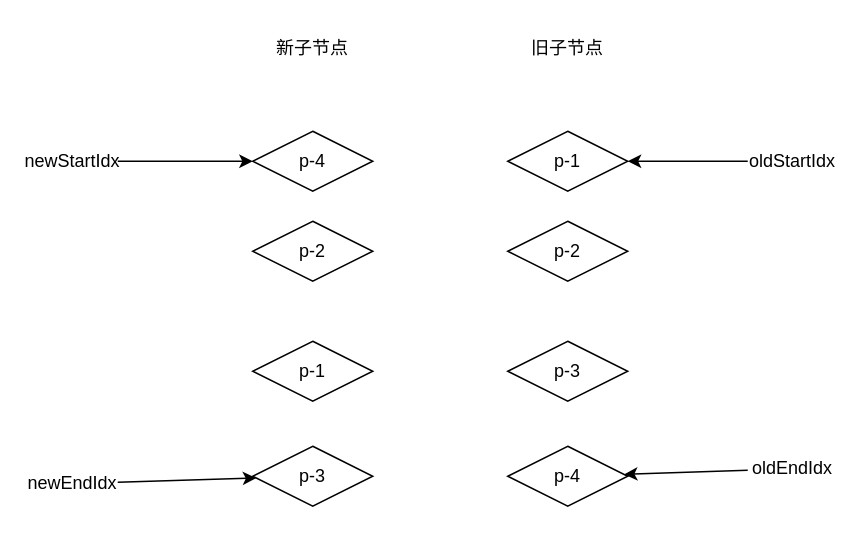
Earlier version of the draw.io diagram Vue/diff算法/双端diff/2.双端diff.drawio (YoungMandy/Web-Front). Source tidied: cells renumbered, new cells numbered last; positions are measured from the earlier drawing's top-left corner, leaving out a move shared by most shapes. Both pictures are drawn from the tidied source at 150%, with x=0, y=0 at pixel (27, 26).
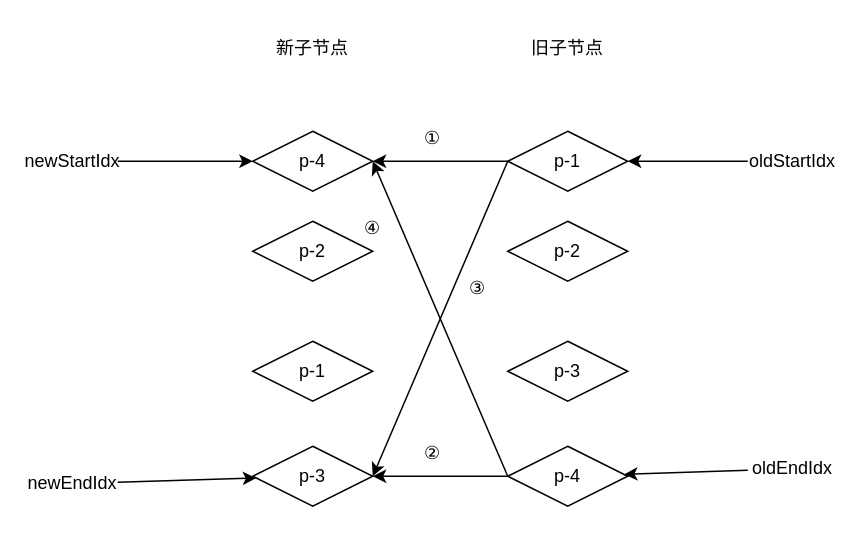
After the change.

The change refers to these unchanged cells:
```xml
<mxCell id="2" value="p-4" style="rhombus;whiteSpace=wrap;html=1;" parent="1" vertex="1">
  <mxGeometry x="150" y="70" width="80" height="40" as="geometry" />
</mxCell>
<mxCell id="5" value="p-3" style="rhombus;whiteSpace=wrap;html=1;" parent="1" vertex="1">
  <mxGeometry x="150" y="280" width="80" height="40" as="geometry" />
</mxCell>
<mxCell id="7" value="p-1" style="rhombus;whiteSpace=wrap;html=1;" parent="1" vertex="1">
  <mxGeometry x="320" y="70" width="80" height="40" as="geometry" />
</mxCell>
<mxCell id="10" value="p-4" style="rhombus;whiteSpace=wrap;html=1;" parent="1" vertex="1">
  <mxGeometry x="320" y="280" width="80" height="40" as="geometry" />
</mxCell>
```

What changed in the source:
```diff
@@
+    <mxCell id="20" style="edgeStyle=none;html=1;" parent="1" edge="1" source="7" target="2">
+      <mxGeometry relative="1" as="geometry" />
+    </mxCell>
@@
+    <mxCell id="21" style="edgeStyle=none;html=1;" parent="1" edge="1" source="10" target="5">
+      <mxGeometry relative="1" as="geometry" />
+    </mxCell>
@@
+    <mxCell id="22" style="endArrow=classic;html=1;exitX=0;exitY=0.5;exitDx=0;exitDy=0;" parent="1" edge="1" source="7">
+      <mxGeometry relative="1" as="geometry">
+        <mxPoint x="230" y="300" as="targetPoint" />
+      </mxGeometry>
+    </mxCell>
+    <mxCell id="23" style="endArrow=classic;html=1;exitX=0;exitY=0.5;exitDx=0;exitDy=0;entryX=1;entryY=0.5;entryDx=0;entryDy=0;" parent="1" edge="1" source="10" target="2">
+      <mxGeometry relative="1" as="geometry" />
+    </mxCell>
+    <mxCell id="24" value="①" style="text;html=1;strokeColor=none;fillColor=none;align=center;verticalAlign=middle;whiteSpace=wrap;rounded=0;" parent="1" vertex="1">
+      <mxGeometry x="240" y="60" width="60" height="30" as="geometry" />
+    </mxCell>
+    <mxCell id="25" value="②" style="text;html=1;strokeColor=none;fillColor=none;align=center;verticalAlign=middle;whiteSpace=wrap;rounded=0;" parent="1" vertex="1">
+      <mxGeometry x="240" y="270" width="60" height="30" as="geometry" />
+    </mxCell>
+    <mxCell id="26" value="③" style="text;html=1;strokeColor=none;fillColor=none;align=center;verticalAlign=middle;whiteSpace=wrap;rounded=0;" parent="1" vertex="1">
+      <mxGeometry x="270" y="160" width="60" height="30" as="geometry" />
+    </mxCell>
+    <mxCell id="27" value="④" style="text;html=1;strokeColor=none;fillColor=none;align=center;verticalAlign=middle;whiteSpace=wrap;rounded=0;" parent="1" vertex="1">
+      <mxGeometry x="200" y="120" width="60" height="30" as="geometry" />
+    </mxCell>
```
